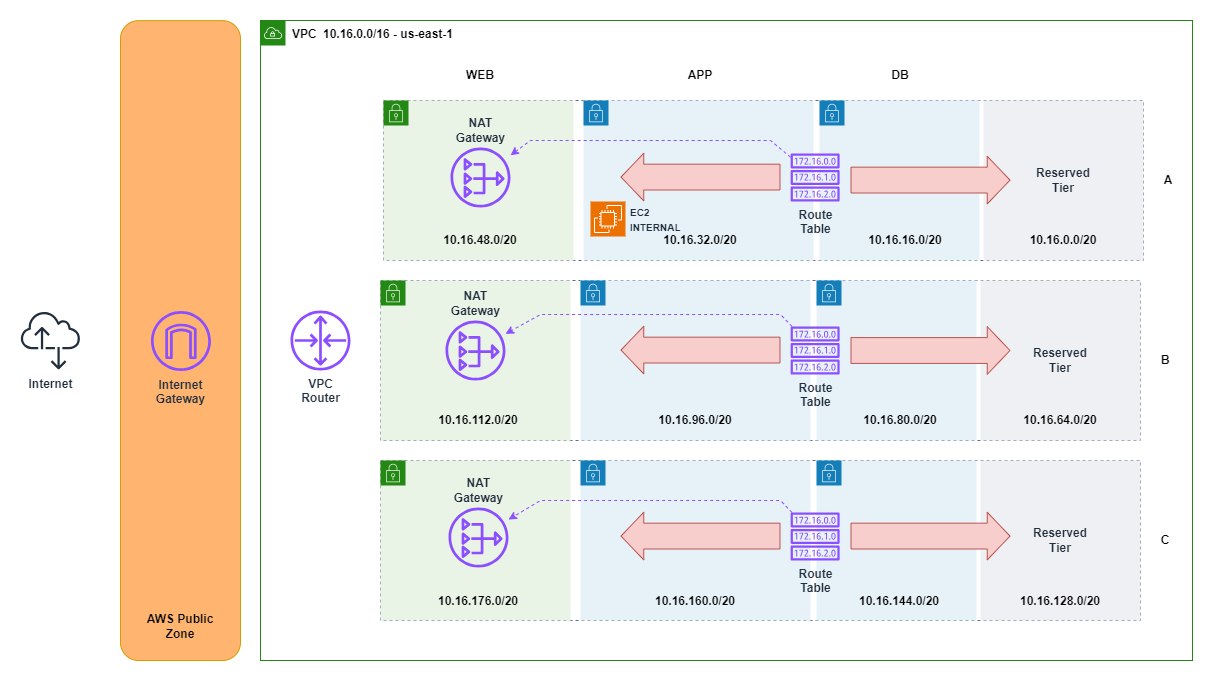
Earlier version of the draw.io export 03_NAT Gateway Architecture/NAT Gateway Architecture Diagram.png (mrcpngn/AWS-CloudFormation). Source tidied: cells renumbered, new cells last; positions are measured from the earlier drawing's top-left corner, leaving out a move shared by most shapes.
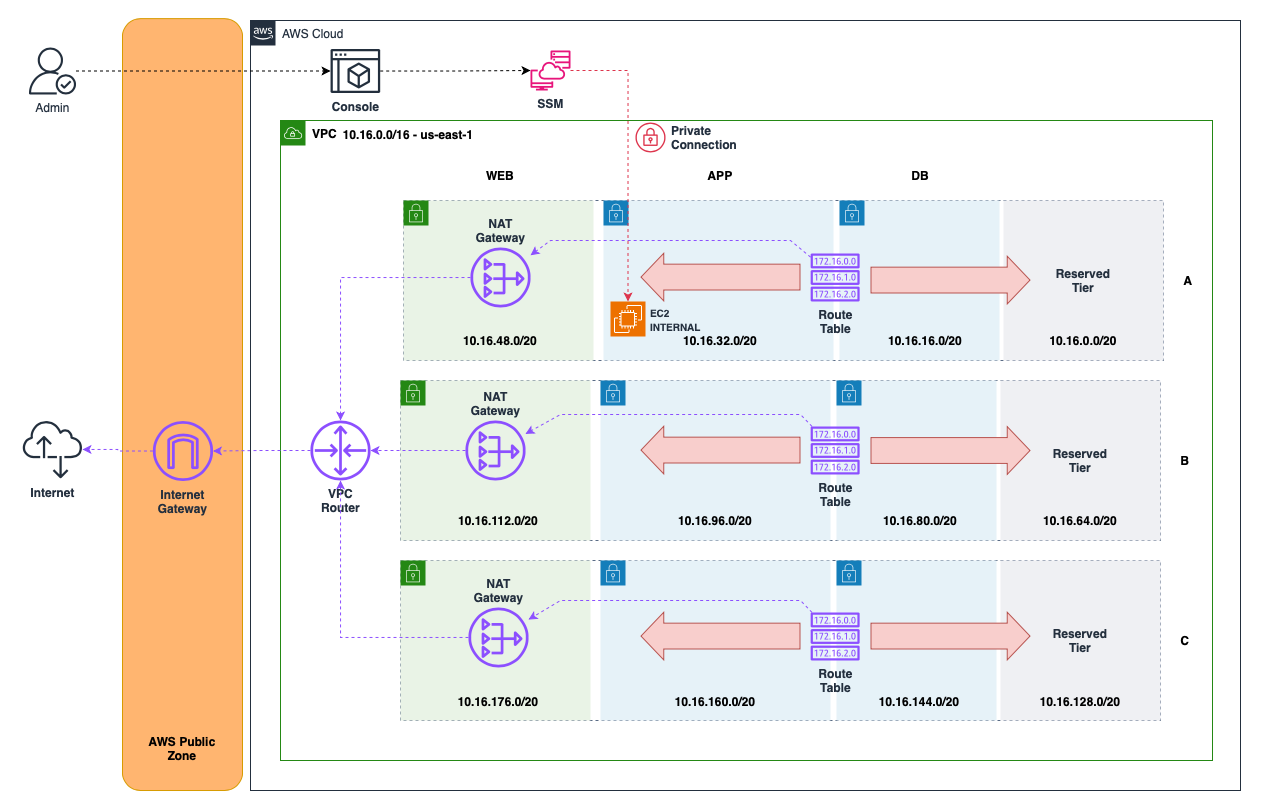
After the commit.

Commit message:
Added internet outbound connection and inbound connection flows via SSM.

The edit, as a diff of the source:
```diff
@@ -3,7 +3,7 @@
     <mxCell id="0" />
     <mxCell id="1" parent="0" />
     <mxCell id="2" style="rounded=0;whiteSpace=wrap;html=1;strokeColor=none;" parent="1" vertex="1">
-      <mxGeometry width="1210" height="680" as="geometry" />
+      <mxGeometry x="-20" y="-100" width="1260" height="810" as="geometry" />
     </mxCell>
     <mxCell id="3" value="&lt;b&gt;&lt;font color=&quot;#000000&quot;&gt;VPC&lt;/font&gt;&lt;/b&gt;" style="gradientColor=none;html=1;whiteSpace=wrap;fontSize=12;fontStyle=0;shape=mxgraph.aws4.group;grIcon=mxgraph.aws4.group_vpc;strokeColor=#248814;fillColor=none;verticalAlign=top;align=left;spacingLeft=30;fontColor=#AAB7B8;dashed=0;" parent="1" vertex="1">
       <mxGeometry x="260" y="20" width="932" height="640" as="geometry" />
@@ -125,7 +125,7 @@
       <mxGeometry x="53" y="130.8" width="90" height="20" as="geometry" />
     </mxCell>
     <mxCell id="39" value="VPC&lt;br&gt;Router" style="sketch=0;outlineConnect=0;fontColor=#232F3E;gradientColor=none;fillColor=#8C4FFF;strokeColor=none;dashed=0;verticalLabelPosition=bottom;verticalAlign=top;align=center;html=1;fontSize=12;fontStyle=1;shape=mxgraph.aws4.router;" parent="3" vertex="1">
-      <mxGeometry x="30" y="290" width="60" height="60" as="geometry" />
+      <mxGeometry x="30" y="300" width="60" height="60" as="geometry" />
     </mxCell>
     <mxCell id="40" style="jettySize=auto;html=1;dashed=1;rounded=0;strokeColor=#8C4FFF;" parent="3" edge="1" source="41" target="17">
       <mxGeometry relative="1" as="geometry">
@@ -197,20 +197,59 @@
     <mxCell id="55" value="10.16.128.0/20" style="text;html=1;strokeColor=none;fillColor=none;align=center;verticalAlign=middle;whiteSpace=wrap;rounded=0;fontStyle=1;" parent="3" vertex="1">
       <mxGeometry x="755" y="570.8" width="90" height="20" as="geometry" />
     </mxCell>
+    <mxCell id="61" style="edgeStyle=orthogonalEdgeStyle;rounded=0;jettySize=auto;html=1;dashed=1;strokeColor=#8C4FFF;" parent="3" edge="1" source="17" target="39">
+      <mxGeometry relative="1" as="geometry" />
+    </mxCell>
+    <mxCell id="62" style="edgeStyle=orthogonalEdgeStyle;rounded=0;jettySize=auto;html=1;dashed=1;strokeColor=#8C4FFF;" parent="3" edge="1" source="25" target="39">
+      <mxGeometry relative="1" as="geometry" />
+    </mxCell>
+    <mxCell id="63" style="edgeStyle=orthogonalEdgeStyle;rounded=0;jettySize=auto;html=1;dashed=1;strokeColor=#8C4FFF;" parent="3" edge="1" source="37" target="39">
+      <mxGeometry relative="1" as="geometry" />
+    </mxCell>
     <mxCell id="56" style="group;" parent="1" vertex="1">
-      <mxGeometry x="120" y="30" width="120" height="630" as="geometry" />
+      <mxGeometry x="102" y="-70" width="120" height="760" as="geometry" />
     </mxCell>
     <mxCell id="57" style="rounded=1;whiteSpace=wrap;html=1;fillColor=#FFB570;strokeColor=#d79b00;" parent="56" vertex="1">
-      <mxGeometry y="-9.8" width="120" height="639.8" as="geometry" />
+      <mxGeometry y="-11.9" width="120" height="771.9" as="geometry" />
     </mxCell>
     <mxCell id="58" value="AWS Public Zone" style="text;html=1;strokeColor=none;fillColor=none;align=center;verticalAlign=middle;whiteSpace=wrap;rounded=0;fontStyle=1;" parent="56" vertex="1">
-      <mxGeometry x="15" y="580.8" width="90" height="29.5" as="geometry" />
+      <mxGeometry x="15" y="700.6" width="90" height="35.6" as="geometry" />
     </mxCell>
     <mxCell id="59" value="Internet&lt;br&gt;Gateway" style="sketch=0;outlineConnect=0;fontColor=#232F3E;gradientColor=none;fillColor=#8C4FFF;strokeColor=none;dashed=0;verticalLabelPosition=bottom;verticalAlign=top;align=center;html=1;fontSize=12;fontStyle=1;shape=mxgraph.aws4.internet_gateway;" parent="56" vertex="1">
-      <mxGeometry x="30.5" y="280.6" width="60" height="60" as="geometry" />
+      <mxGeometry x="30.5" y="390.5" width="60" height="60" as="geometry" />
     </mxCell>
     <mxCell id="60" value="Internet" style="sketch=0;outlineConnect=0;fontColor=#232F3E;gradientColor=none;fillColor=#232F3D;strokeColor=none;dashed=0;verticalLabelPosition=bottom;verticalAlign=top;align=center;html=1;fontSize=12;fontStyle=1;shape=mxgraph.aws4.internet_alt2;" parent="1" vertex="1">
-      <mxGeometry x="20" y="310" width="60" height="60" as="geometry" />
+      <mxGeometry x="2" y="319" width="60" height="60" as="geometry" />
     </mxCell>
+    <mxCell id="64" style="edgeStyle=orthogonalEdgeStyle;rounded=0;jettySize=auto;html=1;strokeColor=#8C4FFF;dashed=1;" parent="1" edge="1" source="39" target="59">
+      <mxGeometry relative="1" as="geometry" />
+    </mxCell>
+    <mxCell id="65" style="edgeStyle=orthogonalEdgeStyle;rounded=0;jettySize=auto;html=1;strokeColor=#8C4FFF;dashed=1;" parent="1" edge="1" source="59" target="60">
+      <mxGeometry relative="1" as="geometry" />
+    </mxCell>
+    <mxCell id="66" value="SSM" style="sketch=0;outlineConnect=0;fontColor=#232F3E;gradientColor=none;fillColor=#E7157B;strokeColor=none;dashed=0;verticalLabelPosition=bottom;verticalAlign=top;align=center;html=1;fontSize=12;fontStyle=1;shape=mxgraph.aws4.systems_manager_session_manager;" parent="1" vertex="1">
+      <mxGeometry x="510" y="-50" width="40" height="40" as="geometry" />
+    </mxCell>
+    <mxCell id="67" value="AWS Cloud" style="gradientColor=none;html=1;whiteSpace=wrap;fontSize=12;fontStyle=0;shape=mxgraph.aws4.group;grIcon=mxgraph.aws4.group_aws_cloud_alt;strokeColor=#232F3E;fillColor=none;verticalAlign=top;align=left;spacingLeft=30;fontColor=#232F3E;dashed=0;" parent="1" vertex="1">
+      <mxGeometry x="230" y="-80" width="990" height="770" as="geometry" />
+    </mxCell>
+    <mxCell id="68" value="Private&lt;br&gt;Connection" style="sketch=0;fontColor=#232F3E;gradientColor=none;fillColor=#DD344C;strokeColor=none;dashed=0;verticalLabelPosition=middle;verticalAlign=middle;align=left;html=1;fontSize=12;fontStyle=1;shape=mxgraph.aws4.vpn_gateway;labelPosition=right;spacing=6;" parent="67" vertex="1">
+      <mxGeometry x="385" y="102" width="30" height="30" as="geometry" />
+    </mxCell>
+    <mxCell id="69" value="Console" style="sketch=0;outlineConnect=0;fontColor=#232F3E;gradientColor=none;fillColor=#232F3D;strokeColor=none;dashed=0;verticalLabelPosition=bottom;verticalAlign=top;align=center;html=1;fontSize=12;fontStyle=1;shape=mxgraph.aws4.management_console2;" parent="67" vertex="1">
+      <mxGeometry x="80" y="28.5" width="49.7" height="44" as="geometry" />
+    </mxCell>
+    <mxCell id="70" style="edgeStyle=orthogonalEdgeStyle;rounded=0;jettySize=auto;html=1;dashed=1;" parent="1" edge="1" source="71" target="69">
+      <mxGeometry relative="1" as="geometry" />
+    </mxCell>
+    <mxCell id="71" value="Admin" style="sketch=0;outlineConnect=0;fontColor=#232F3E;gradientColor=none;fillColor=#232F3D;strokeColor=none;dashed=0;verticalLabelPosition=bottom;verticalAlign=top;align=center;html=1;fontSize=12;fontStyle=0;shape=mxgraph.aws4.authenticated_user;" parent="1" vertex="1">
+      <mxGeometry x="8.5" y="-53" width="47" height="47" as="geometry" />
+    </mxCell>
+    <mxCell id="72" style="rounded=0;jettySize=auto;html=1;entryX=0.5;entryY=0;entryDx=0;entryDy=0;entryPerimeter=0;dashed=1;strokeColor=#DD344C;edgeStyle=orthogonalEdgeStyle;" parent="1" edge="1" source="66" target="47">
+      <mxGeometry relative="1" as="geometry" />
+    </mxCell>
+    <mxCell id="73" style="edgeStyle=orthogonalEdgeStyle;rounded=0;jettySize=auto;html=1;dashed=1;" parent="1" edge="1" source="69" target="66">
+      <mxGeometry relative="1" as="geometry" />
+    </mxCell>
   </root>
 </mxGraphModel>
```
